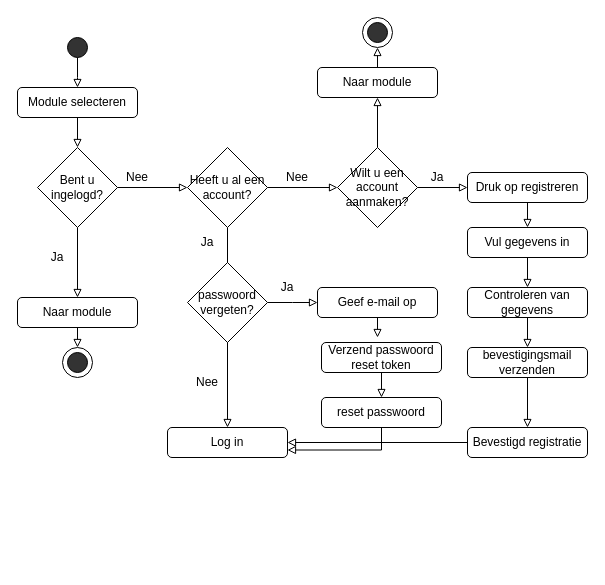
Earlier version of the draw.io diagram Analyse/LoginEnRegistratie_Activiteitendiagram.drawio (DDaems/startspeler). Source tidied: cells renumbered, new cells numbered last; positions are measured from the earlier drawing's top-left corner, leaving out a move shared by most shapes. Both pictures are drawn from the tidied source at 100%, with x=0, y=0 at pixel (17, 17).
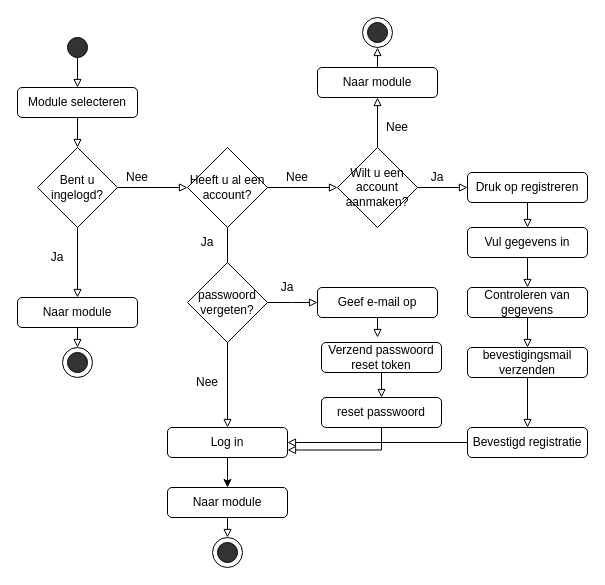
The same diagram, later.

Commit message (it also covers changes not shown here):
Update LoginEnRegistratie_Activiteitendiagram

Unchanged cells that the change refers to:
```xml
<mxCell id="11" value="Log in" style="rounded=1;whiteSpace=wrap;html=1;fillColor=#FFFFFF;" parent="1" vertex="1">
  <mxGeometry x="150" y="410" width="120" height="30" as="geometry" />
</mxCell>
```

What changed in the source:
```diff
@@
+    <mxCell id="49" style="edgeStyle=orthogonalEdgeStyle;rounded=0;jettySize=auto;html=1;" parent="1" edge="1" source="11">
+      <mxGeometry relative="1" as="geometry">
+        <mxPoint x="210" y="470" as="targetPoint" />
+      </mxGeometry>
+    </mxCell>
@@
+    <mxCell id="50" value="Nee" style="text;html=1;strokeColor=none;fillColor=none;align=center;verticalAlign=middle;whiteSpace=wrap;rounded=0;" parent="1" vertex="1">
+      <mxGeometry x="360" y="100" width="40" height="20" as="geometry" />
+    </mxCell>
+    <mxCell id="51" style="edgeStyle=orthogonalEdgeStyle;rounded=0;jettySize=auto;html=1;exitX=0.5;exitY=1;exitDx=0;exitDy=0;entryX=0.5;entryY=0;entryDx=0;entryDy=0;endArrow=block;endFill=0;" parent="1" edge="1" source="52" target="53">
+      <mxGeometry relative="1" as="geometry" />
+    </mxCell>
+    <mxCell id="52" value="Naar module" style="rounded=1;whiteSpace=wrap;html=1;fillColor=#FFFFFF;" parent="1" vertex="1">
+      <mxGeometry x="150" y="470" width="120" height="30" as="geometry" />
+    </mxCell>
+    <mxCell id="53" style="ellipse;whiteSpace=wrap;html=1;fillColor=#FFFFFF;" parent="1" vertex="1">
+      <mxGeometry x="195" y="520" width="30" height="30" as="geometry" />
+    </mxCell>
+    <mxCell id="54" style="ellipse;whiteSpace=wrap;html=1;fillColor=#333333;" parent="1" vertex="1">
+      <mxGeometry x="200" y="525" width="20" height="20" as="geometry" />
+    </mxCell>
```
